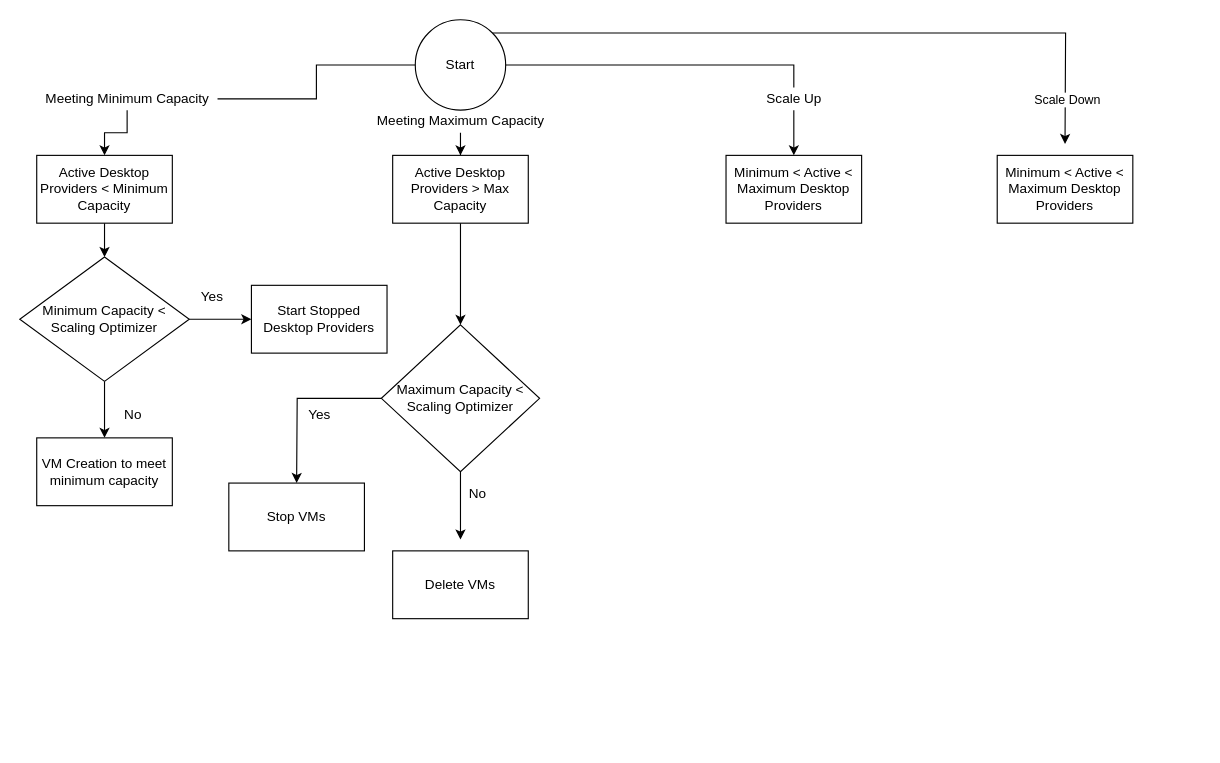
The draw.io diagram Untitled Diagram.drawio in aashishk11/aashishkkrishna.github.io, before the edit. Source tidied: cells renumbered, new cells numbered last; positions are measured from the earlier drawing's top-left corner, leaving out a move shared by most shapes. Both pictures are drawn from the tidied source at 113%, with x=0, y=0 at pixel (19, 19).
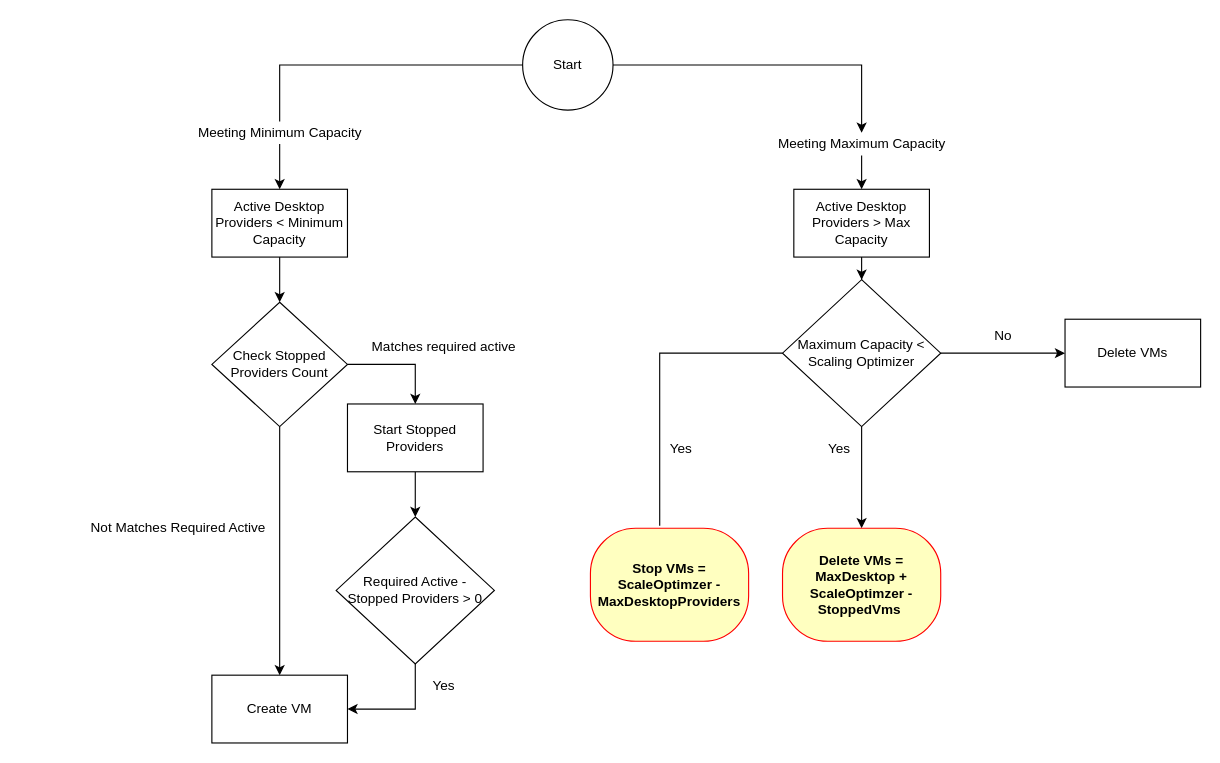
The same diagram, later.

What changed in the source:
```diff
@@
-    <mxCell id="2" style="edgeStyle=orthogonalEdgeStyle;rounded=0;jettySize=auto;html=1;startArrow=none;" parent="1" edge="1" source="31" target="8">
-      <mxGeometry relative="1" as="geometry" />
-    </mxCell>
@@
-    <mxCell id="4" style="edgeStyle=orthogonalEdgeStyle;rounded=0;jettySize=auto;html=1;exitX=1;exitY=0;exitDx=0;exitDy=0;" parent="1" edge="1" source="6">
-      <mxGeometry relative="1" as="geometry">
-        <mxPoint x="925" y="110" as="targetPoint" />
-      </mxGeometry>
-    </mxCell>
-    <mxCell id="5" value="Scale Down" style="edgeLabel;html=1;align=center;verticalAlign=middle;" parent="4" vertex="1">
-      <mxGeometry x="0.87" y="1" relative="1" as="geometry" />
-    </mxCell>
+    <mxCell id="30" style="edgeStyle=orthogonalEdgeStyle;rounded=0;jettySize=auto;html=1;" parent="1" edge="1" source="6" target="29">
+      <mxGeometry relative="1" as="geometry">
+        <Array as="points">
+          <mxPoint x="745" y="40" />
+        </Array>
+      </mxGeometry>
+    </mxCell>
     <mxCell id="6" value="Start" style="ellipse;whiteSpace=wrap;html=1;" parent="1" vertex="1">
-      <mxGeometry x="350" width="80" height="80" as="geometry" />
+      <mxGeometry x="445" width="80" height="80" as="geometry" />
     </mxCell>
-    <mxCell id="7" style="edgeStyle=orthogonalEdgeStyle;rounded=0;jettySize=auto;html=1;exitX=0.5;exitY=1;exitDx=0;exitDy=0;entryX=0.5;entryY=0;entryDx=0;entryDy=0;" parent="1" edge="1" source="8" target="11">
-      <mxGeometry relative="1" as="geometry" />
-    </mxCell>
+    <mxCell id="34" style="edgeStyle=orthogonalEdgeStyle;rounded=0;jettySize=auto;html=1;entryX=0.5;entryY=0;entryDx=0;entryDy=0;" parent="1" edge="1" source="8" target="39">
+      <mxGeometry relative="1" as="geometry" />
+    </mxCell>
     <mxCell id="8" value="Active Desktop Providers &amp;lt; Minimum Capacity" style="whiteSpace=wrap;html=1;" parent="1" vertex="1">
-      <mxGeometry x="15" y="120" width="120" height="60" as="geometry" />
+      <mxGeometry x="170" y="150" width="120" height="60" as="geometry" />
     </mxCell>
-    <mxCell id="9" style="edgeStyle=orthogonalEdgeStyle;rounded=0;jettySize=auto;html=1;" parent="1" edge="1" source="11" target="12">
-      <mxGeometry relative="1" as="geometry" />
-    </mxCell>
-    <mxCell id="10" style="edgeStyle=orthogonalEdgeStyle;rounded=0;jettySize=auto;html=1;" parent="1" edge="1" source="11" target="14">
-      <mxGeometry relative="1" as="geometry" />
-    </mxCell>
-    <mxCell id="11" value="Minimum Capacity &amp;lt; Scaling Optimizer" style="rhombus;whiteSpace=wrap;html=1;" parent="1" vertex="1">
-      <mxGeometry y="210" width="150" height="110" as="geometry" />
-    </mxCell>
-    <mxCell id="12" value="Start Stopped Desktop Providers" style="whiteSpace=wrap;html=1;" parent="1" vertex="1">
-      <mxGeometry x="205" y="235" width="120" height="60" as="geometry" />
-    </mxCell>
-    <mxCell id="13" value="Yes" style="text;html=1;align=center;verticalAlign=middle;strokeColor=none;" parent="1" vertex="1">
-      <mxGeometry x="150" y="235" width="40" height="20" as="geometry" />
-    </mxCell>
-    <mxCell id="14" value="VM Creation to meet minimum capacity" style="whiteSpace=wrap;html=1;" parent="1" vertex="1">
-      <mxGeometry x="15" y="370" width="120" height="60" as="geometry" />
-    </mxCell>
-    <mxCell id="15" value="No" style="text;html=1;align=center;verticalAlign=middle;strokeColor=none;" parent="1" vertex="1">
-      <mxGeometry x="85" y="340" width="30" height="20" as="geometry" />
-    </mxCell>
@@
     <mxCell id="17" value="Active Desktop Providers &amp;gt; Max Capacity" style="whiteSpace=wrap;html=1;" parent="1" vertex="1">
-      <mxGeometry x="330" y="120" width="120" height="60" as="geometry" />
+      <mxGeometry x="685" y="150" width="120" height="60" as="geometry" />
     </mxCell>
-    <mxCell id="18" style="edgeStyle=orthogonalEdgeStyle;rounded=0;jettySize=auto;html=1;" parent="1" edge="1" source="20">
-      <mxGeometry relative="1" as="geometry">
-        <mxPoint x="245" y="410" as="targetPoint" />
-      </mxGeometry>
-    </mxCell>
-    <mxCell id="19" style="edgeStyle=orthogonalEdgeStyle;rounded=0;jettySize=auto;html=1;" parent="1" edge="1" source="20">
-      <mxGeometry relative="1" as="geometry">
-        <mxPoint x="390" y="460" as="targetPoint" />
-      </mxGeometry>
-    </mxCell>
+    <mxCell id="35" style="edgeStyle=orthogonalEdgeStyle;rounded=0;jettySize=auto;html=1;exitX=1;exitY=0.5;exitDx=0;exitDy=0;entryX=0;entryY=0.5;entryDx=0;entryDy=0;" parent="1" edge="1" source="20" target="24">
+      <mxGeometry relative="1" as="geometry" />
+    </mxCell>
+    <mxCell id="36" style="edgeStyle=orthogonalEdgeStyle;rounded=0;jettySize=auto;html=1;exitX=0.5;exitY=1;exitDx=0;exitDy=0;entryX=0.5;entryY=0;entryDx=0;entryDy=0;" parent="1" edge="1" source="20" target="51">
+      <mxGeometry relative="1" as="geometry" />
+    </mxCell>
     <mxCell id="20" value="Maximum Capacity &amp;lt; Scaling Optimizer" style="rhombus;whiteSpace=wrap;html=1;" parent="1" vertex="1">
-      <mxGeometry x="320" y="270" width="140" height="130" as="geometry" />
+      <mxGeometry x="675" y="230" width="140" height="130" as="geometry" />
     </mxCell>
-    <mxCell id="21" value="Stop VMs&lt;br&gt;" style="whiteSpace=wrap;html=1;" parent="1" vertex="1">
-      <mxGeometry x="185" y="410" width="120" height="60" as="geometry" />
-    </mxCell>
-    <mxCell id="22" value="Yes&lt;br&gt;" style="text;html=1;align=center;verticalAlign=middle;strokeColor=none;" parent="1" vertex="1">
-      <mxGeometry x="245" y="340" width="40" height="20" as="geometry" />
-    </mxCell>
     <mxCell id="23" value="No" style="text;html=1;align=center;verticalAlign=middle;strokeColor=none;" parent="1" vertex="1">
-      <mxGeometry x="390" y="410" width="30" height="20" as="geometry" />
+      <mxGeometry x="855" y="270" width="30" height="20" as="geometry" />
     </mxCell>
     <mxCell id="24" value="Delete VMs" style="whiteSpace=wrap;html=1;" parent="1" vertex="1">
-      <mxGeometry x="330" y="470" width="120" height="60" as="geometry" />
+      <mxGeometry x="925" y="265" width="120" height="60" as="geometry" />
     </mxCell>
-    <mxCell id="25" value="Minimum &amp;lt; Active &amp;lt; Maximum Desktop Providers" style="whiteSpace=wrap;html=1;" parent="1" vertex="1">
-      <mxGeometry x="625" y="120" width="120" height="60" as="geometry" />
-    </mxCell>
-    <mxCell id="26" style="edgeStyle=orthogonalEdgeStyle;rounded=0;jettySize=auto;html=1;entryX=0.5;entryY=0;entryDx=0;entryDy=0;" parent="1" edge="1" source="27" target="25">
-      <mxGeometry relative="1" as="geometry" />
-    </mxCell>
-    <mxCell id="27" value="Scale Up&lt;br&gt;" style="text;html=1;align=center;verticalAlign=middle;points=[];strokeColor=none;" parent="1" vertex="1">
-      <mxGeometry x="655" y="60" width="60" height="20" as="geometry" />
-    </mxCell>
-    <mxCell id="28" style="edgeStyle=orthogonalEdgeStyle;rounded=0;jettySize=auto;html=1;entryX=0.5;entryY=0;entryDx=0;entryDy=0;endArrow=none;" parent="1" edge="1" source="6" target="27">
-      <mxGeometry relative="1" as="geometry" />
-    </mxCell>
     <mxCell id="29" value="Meeting Maximum Capacity" style="text;html=1;align=center;verticalAlign=middle;points=[];strokeColor=none;" parent="1" vertex="1">
-      <mxGeometry x="310" y="80" width="160" height="20" as="geometry" />
+      <mxGeometry x="665" y="100" width="160" height="20" as="geometry" />
     </mxCell>
-    <mxCell id="30" style="edgeStyle=orthogonalEdgeStyle;rounded=0;jettySize=auto;html=1;endArrow=none;" parent="1" edge="1" source="6" target="29">
-      <mxGeometry relative="1" as="geometry">
-        <Array as="points">
-          <mxPoint x="390" y="90" />
-          <mxPoint x="390" y="90" />
-        </Array>
-      </mxGeometry>
-    </mxCell>
+    <mxCell id="2" style="edgeStyle=orthogonalEdgeStyle;rounded=0;jettySize=auto;html=1;entryX=0.5;entryY=0;entryDx=0;entryDy=0;" parent="1" edge="1" source="31" target="8">
+      <mxGeometry relative="1" as="geometry" />
+    </mxCell>
     <mxCell id="31" value="Meeting Minimum Capacity" style="text;html=1;align=center;verticalAlign=middle;points=[];strokeColor=none;" parent="1" vertex="1">
-      <mxGeometry x="15" y="60" width="160" height="20" as="geometry" />
+      <mxGeometry x="150" y="90" width="160" height="20" as="geometry" />
     </mxCell>
     <mxCell id="32" style="edgeStyle=orthogonalEdgeStyle;rounded=0;jettySize=auto;html=1;endArrow=none;" parent="1" edge="1" source="6" target="31">
-      <mxGeometry relative="1" as="geometry" />
+      <mxGeometry relative="1" as="geometry">
+        <Array as="points">
+          <mxPoint x="230" y="40" />
+        </Array>
+      </mxGeometry>
     </mxCell>
-    <mxCell id="33" value="Minimum &amp;lt; Active &amp;lt; Maximum Desktop Providers" style="whiteSpace=wrap;html=1;" parent="1" vertex="1">
-      <mxGeometry x="865" y="120" width="120" height="60" as="geometry" />
-    </mxCell>
+    <mxCell id="37" style="edgeStyle=orthogonalEdgeStyle;rounded=0;jettySize=auto;html=1;entryX=0.5;entryY=0;entryDx=0;entryDy=0;" parent="1" edge="1" source="39" target="42">
+      <mxGeometry relative="1" as="geometry">
+        <Array as="points">
+          <mxPoint x="350" y="305" />
+        </Array>
+      </mxGeometry>
+    </mxCell>
+    <mxCell id="38" style="edgeStyle=orthogonalEdgeStyle;rounded=0;jettySize=auto;html=1;entryX=0.5;entryY=0;entryDx=0;entryDy=0;" parent="1" edge="1" source="39" target="44">
+      <mxGeometry relative="1" as="geometry">
+        <Array as="points">
+          <mxPoint x="230" y="570" />
+        </Array>
+      </mxGeometry>
+    </mxCell>
+    <mxCell id="39" value="Check Stopped Providers Count" style="rhombus;whiteSpace=wrap;html=1;" parent="1" vertex="1">
+      <mxGeometry x="170" y="250" width="120" height="110" as="geometry" />
+    </mxCell>
+    <mxCell id="40" value="Matches required active" style="text;html=1;align=center;verticalAlign=middle;strokeColor=none;" parent="1" vertex="1">
+      <mxGeometry x="305" y="280" width="140" height="20" as="geometry" />
+    </mxCell>
+    <mxCell id="41" style="edgeStyle=orthogonalEdgeStyle;rounded=0;jettySize=auto;html=1;entryX=0.5;entryY=0;entryDx=0;entryDy=0;" parent="1" edge="1" source="42" target="46">
+      <mxGeometry relative="1" as="geometry" />
+    </mxCell>
+    <mxCell id="42" value="Start Stopped Providers" style="whiteSpace=wrap;html=1;" parent="1" vertex="1">
+      <mxGeometry x="290" y="340" width="120" height="60" as="geometry" />
+    </mxCell>
+    <mxCell id="43" value="Not Matches Required Active" style="text;html=1;align=center;verticalAlign=middle;strokeColor=none;" parent="1" vertex="1">
+      <mxGeometry x="55" y="440" width="170" height="20" as="geometry" />
+    </mxCell>
+    <mxCell id="44" value="Create VM" style="whiteSpace=wrap;html=1;" parent="1" vertex="1">
+      <mxGeometry x="170" y="580" width="120" height="60" as="geometry" />
+    </mxCell>
+    <mxCell id="45" style="edgeStyle=orthogonalEdgeStyle;rounded=0;jettySize=auto;html=1;entryX=1;entryY=0.5;entryDx=0;entryDy=0;" parent="1" edge="1" source="46" target="44">
+      <mxGeometry relative="1" as="geometry" />
+    </mxCell>
+    <mxCell id="46" value="Required Active - Stopped Providers &amp;gt; 0" style="rhombus;whiteSpace=wrap;html=1;" parent="1" vertex="1">
+      <mxGeometry x="280" y="440" width="140" height="130" as="geometry" />
+    </mxCell>
+    <mxCell id="47" value="Yes" style="text;html=1;align=center;verticalAlign=middle;strokeColor=none;" parent="1" vertex="1">
+      <mxGeometry x="355" y="580" width="40" height="20" as="geometry" />
+    </mxCell>
+    <mxCell id="48" value="Yes" style="text;html=1;align=center;verticalAlign=middle;strokeColor=none;" parent="1" vertex="1">
+      <mxGeometry x="565" y="370" width="40" height="20" as="geometry" />
+    </mxCell>
+    <mxCell id="49" value="&lt;span style=&quot;font-weight: 700&quot;&gt;Stop VMs = ScaleOptimzer - MaxDesktopProviders&lt;/span&gt;" style="rounded=1;whiteSpace=wrap;html=1;arcSize=40;fontColor=#000000;fillColor=#ffffc0;strokeColor=#ff0000;" parent="1" vertex="1">
+      <mxGeometry x="505" y="450" width="140" height="100" as="geometry" />
+    </mxCell>
+    <mxCell id="50" style="edgeStyle=orthogonalEdgeStyle;rounded=0;jettySize=auto;html=1;entryX=0.438;entryY=-0.022;entryDx=0;entryDy=0;entryPerimeter=0;endArrow=none;" parent="1" edge="1" source="20" target="49">
+      <mxGeometry relative="1" as="geometry" />
+    </mxCell>
+    <mxCell id="51" value="&lt;span style=&quot;font-weight: 700&quot;&gt;Delete VMs = MaxDesktop + ScaleOptimzer - StoppedVms&amp;nbsp;&lt;/span&gt;" style="rounded=1;whiteSpace=wrap;html=1;arcSize=40;fontColor=#000000;fillColor=#ffffc0;strokeColor=#ff0000;" parent="1" vertex="1">
+      <mxGeometry x="675" y="450" width="140" height="100" as="geometry" />
+    </mxCell>
+    <mxCell id="52" value="Yes" style="text;html=1;align=center;verticalAlign=middle;strokeColor=none;" parent="1" vertex="1">
+      <mxGeometry x="705" y="370" width="40" height="20" as="geometry" />
+    </mxCell>
```
